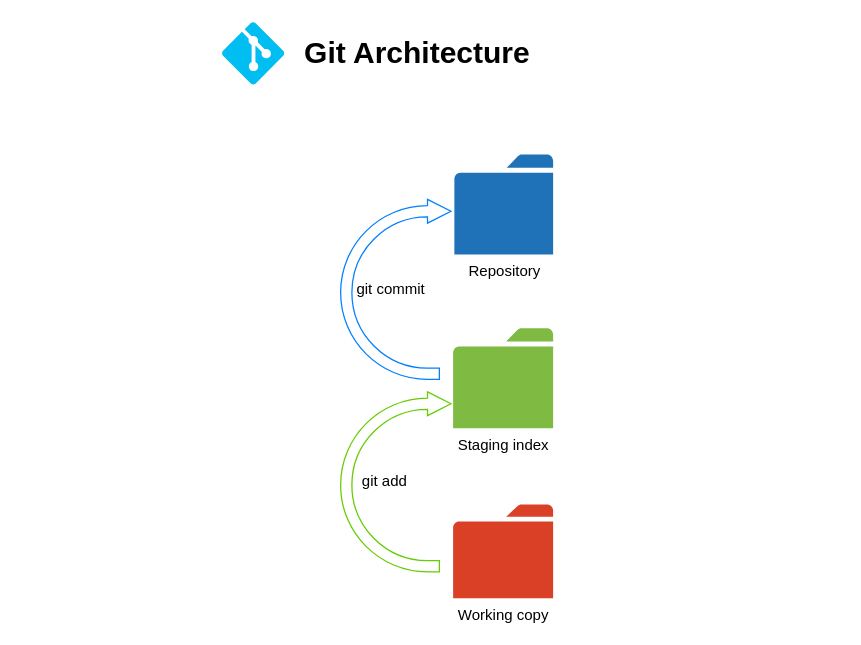
The draw.io diagram Git_Architecture.drawio in gitansalaza/gitansalaza, before the edit. Source tidied: cells renumbered, new cells numbered last; positions are measured from the earlier drawing's top-left corner, leaving out a move shared by most shapes. Both pictures are drawn from the tidied source at 125%, with x=0, y=0 at pixel (221, 21).
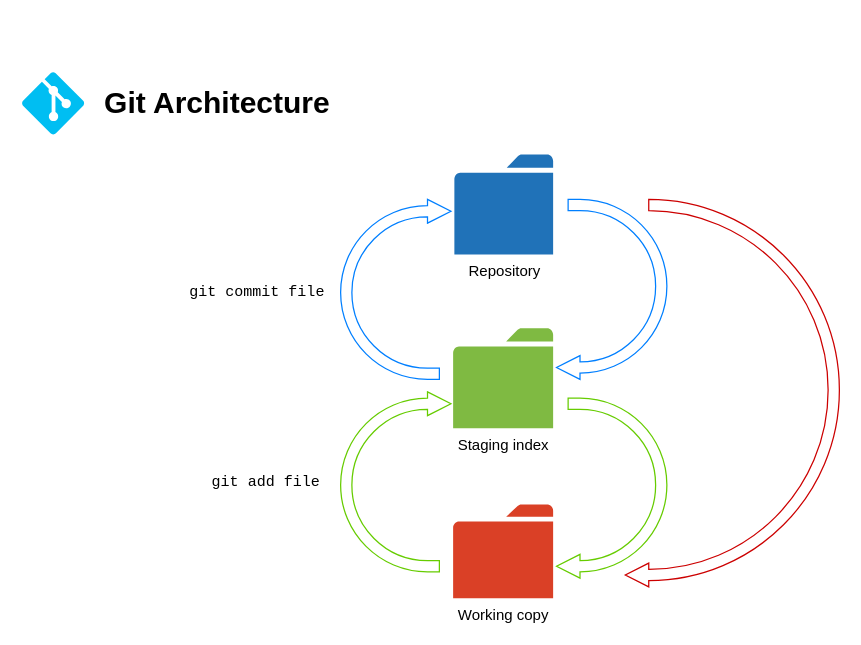
The same diagram, later.

The edit, as a diff of the source:
```diff
@@
 <mxGraphModel>
   <root>
     <mxCell id="0" />
     <mxCell id="1" parent="0" />
     <mxCell id="2" style="group;" parent="1" vertex="1">
-      <mxGeometry width="420" height="50" as="geometry" />
+      <mxGeometry x="-160" y="40" width="420" height="50" as="geometry" />
     </mxCell>
     <mxCell id="3" value="&lt;font size=&quot;1&quot;&gt;&lt;b style=&quot;font-size: 24px&quot;&gt;Git Architecture&lt;/b&gt;&lt;/font&gt;" style="text;html=1;align=center;verticalAlign=middle;fillColor=none;strokeColor=none;rounded=0;" parent="2" vertex="1">
       <mxGeometry x="56" y="15" width="200" height="20" as="geometry" />
     </mxCell>
     <mxCell id="4" style="verticalLabelPosition=bottom;html=1;verticalAlign=top;align=center;strokeColor=none;fillColor=#00BEF2;shape=mxgraph.azure.git_repository;fontFamily=Verdana;fontSize=24;" parent="2" vertex="1">
       <mxGeometry width="50" height="50" as="geometry" />
     </mxCell>
     <mxCell id="5" value="Working copy" style="sketch=0;shadow=0;dashed=0;html=1;strokeColor=none;labelPosition=center;verticalLabelPosition=bottom;verticalAlign=top;align=center;shape=mxgraph.office.concepts.folder;fillColor=#DA4026;" parent="1" vertex="1">
       <mxGeometry x="185" y="386" width="80" height="75" as="geometry" />
     </mxCell>
     <mxCell id="6" value="Staging index" style="sketch=0;shadow=0;dashed=0;html=1;strokeColor=none;labelPosition=center;verticalLabelPosition=bottom;verticalAlign=top;align=center;shape=mxgraph.office.concepts.folder;fillColor=#7FBA42;" parent="1" vertex="1">
       <mxGeometry x="185" y="245" width="80" height="80" as="geometry" />
     </mxCell>
     <mxCell id="7" value="Repository" style="sketch=0;shadow=0;dashed=0;html=1;strokeColor=none;labelPosition=center;verticalLabelPosition=bottom;verticalAlign=top;align=center;shape=mxgraph.office.concepts.folder;fillColor=#2072B8;" parent="1" vertex="1">
       <mxGeometry x="186" y="106" width="79" height="80" as="geometry" />
     </mxCell>
     <mxCell id="8" style="html=1;shadow=0;dashed=0;align=center;verticalAlign=middle;shape=mxgraph.arrows2.uTurnArrow;dy=4.5;arrowHead=19;dx2=18.75;strokeColor=#66CC00;" parent="1" vertex="1">
       <mxGeometry x="95" y="296" width="79" height="144" as="geometry" />
     </mxCell>
-    <mxCell id="9" value="git commit" style="html=1;shadow=0;dashed=0;align=center;verticalAlign=middle;shape=mxgraph.arrows2.uTurnArrow;dy=4.5;arrowHead=19;dx2=18.75;strokeColor=#007FFF;" parent="1" vertex="1">
+    <mxCell id="9" style="html=1;shadow=0;dashed=0;align=center;verticalAlign=middle;shape=mxgraph.arrows2.uTurnArrow;dy=4.5;arrowHead=19;dx2=18.75;strokeColor=#007FFF;" parent="1" vertex="1">
       <mxGeometry x="95" y="142" width="79" height="144" as="geometry" />
     </mxCell>
-    <mxCell id="10" value="git add" style="text;html=1;align=center;verticalAlign=middle;strokeColor=none;fillColor=none;" parent="1" vertex="1">
-      <mxGeometry x="105" y="358" width="50" height="20" as="geometry" />
-    </mxCell>
+    <mxCell id="11" value="&lt;font face=&quot;Courier New&quot;&gt;git add file&lt;/font&gt;" style="text;html=1;align=center;verticalAlign=middle;fillColor=none;strokeColor=none;rounded=0;" parent="1" vertex="1">
+      <mxGeometry x="-15" y="358" width="100" height="20" as="geometry" />
+    </mxCell>
+    <mxCell id="12" value="&lt;font face=&quot;Courier New&quot;&gt;git commit file&lt;/font&gt;" style="text;html=1;align=center;verticalAlign=middle;fillColor=none;strokeColor=none;rounded=0;" parent="1" vertex="1">
+      <mxGeometry x="-32" y="206" width="120" height="20" as="geometry" />
+    </mxCell>
+    <mxCell id="13" style="html=1;shadow=0;dashed=0;align=center;verticalAlign=middle;shape=mxgraph.arrows2.uTurnArrow;dy=4.5;arrowHead=19;dx2=18.75;strokeColor=#007FFF;rotation=-180;" parent="1" vertex="1">
+      <mxGeometry x="277" y="142" width="79" height="144" as="geometry" />
+    </mxCell>
+    <mxCell id="14" style="html=1;shadow=0;dashed=0;align=center;verticalAlign=middle;shape=mxgraph.arrows2.uTurnArrow;dy=4.5;arrowHead=19;dx2=18.75;strokeColor=#66CC00;rotation=-180;" parent="1" vertex="1">
+      <mxGeometry x="277" y="301" width="79" height="144" as="geometry" />
+    </mxCell>
+    <mxCell id="15" style="html=1;shadow=0;dashed=0;align=center;verticalAlign=middle;shape=mxgraph.arrows2.uTurnArrow;dy=4.5;arrowHead=19;dx2=18.75;strokeColor=#CC0000;rotation=-180;" parent="1" vertex="1">
+      <mxGeometry x="385" y="142" width="109" height="310" as="geometry" />
+    </mxCell>
   </root>
 </mxGraphModel>
```
